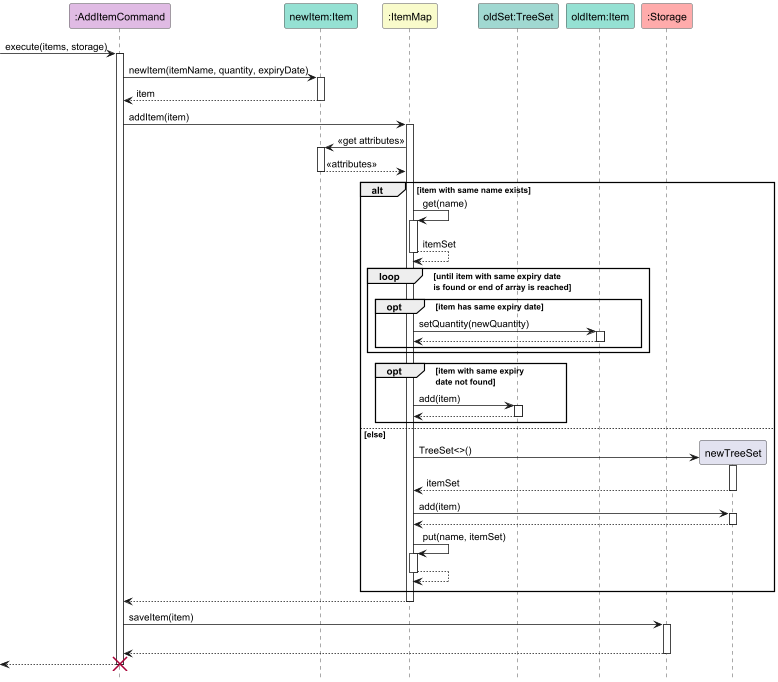
This is docs/diagrams/AddItemCommand-SequenceDiagram.png from yijiano/tp, a PlantUML export, as it was before one commit. Its source is kept beside it as docs/diagrams/AddItemCommand-SequenceDiagram.puml.
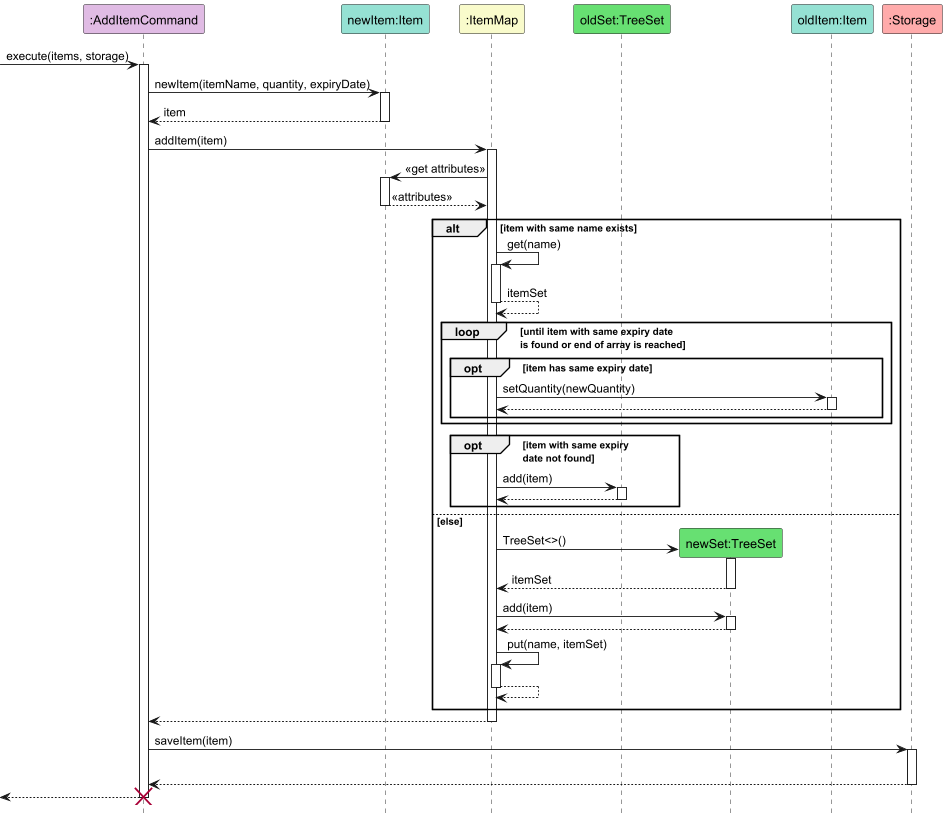
Later version of the same file.

Commit message:
Update colours for better clarity

What changed in the source:
```diff
@@ -6,7 +6,8 @@
 participant ":AddItemCommand" as AddItemCommand #E0BBE4
 participant "newItem:Item" as newItem #95E1D3
 participant ":ItemMap" as ItemMap #F9FBCB
-participant "oldSet:TreeSet" as oldTreeSet #A0D8D1
+participant "oldSet:TreeSet" as oldTreeSet #67E072
+participant "newSet:TreeSet" as newTreeSet #67E072
 participant "oldItem:Item" as oldItem #95E1D3
 participant ":Storage" as Storage #FFABAB
 
```
